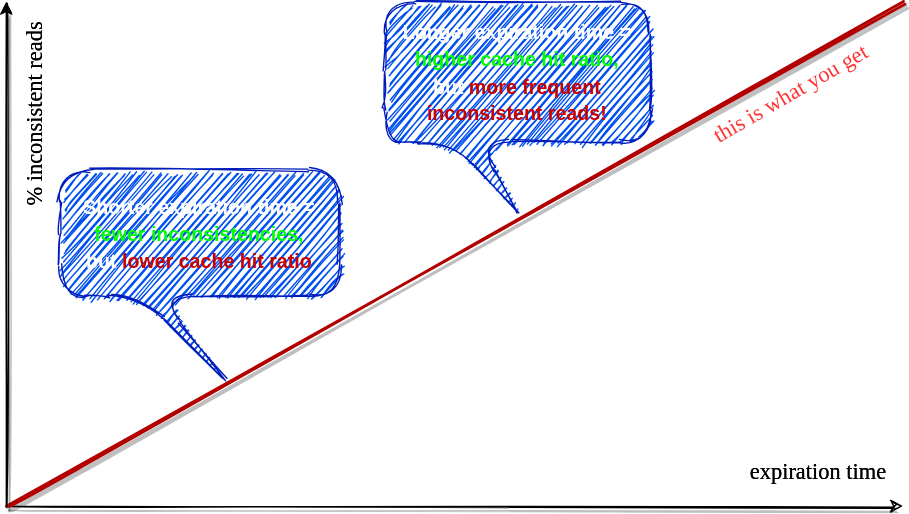
Above: Slides/Fusion_v2/diagrams/consistency/1.dio.svg in alexyakunin/Stl.Fusion.Materials (draw.io), before the change. Source tidied: cells renumbered, new cells last; positions are measured from the earlier drawing's top-left corner, leaving out a move shared by most shapes.
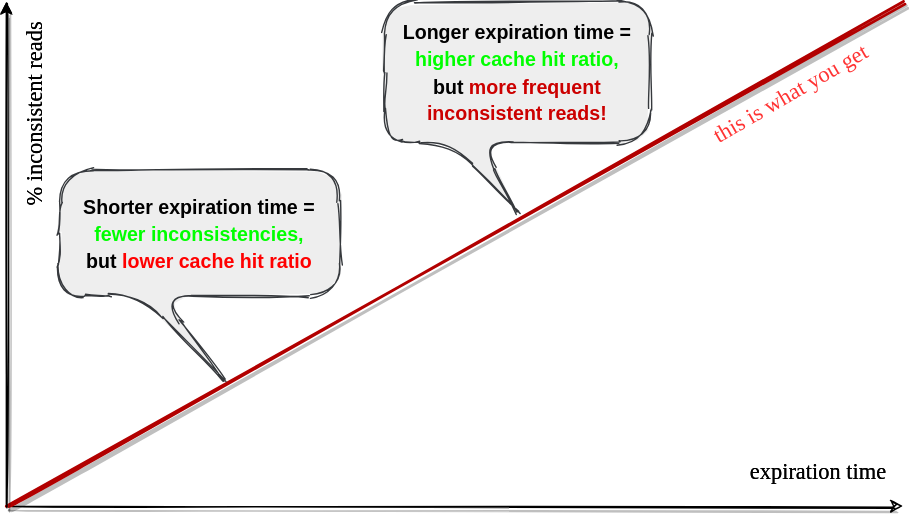
After the change.

Change to the diagram source:
```diff
@@ -41,10 +41,10 @@
     <mxCell id="10" value="&lt;font face=&quot;Comic Sans MS&quot; style=&quot;font-size: 16px&quot;&gt;expiration time&lt;/font&gt;" style="text;html=1;strokeColor=none;fillColor=none;align=center;verticalAlign=middle;whiteSpace=wrap;rounded=0;sketch=1;" parent="1" vertex="1">
       <mxGeometry x="580" y="320" width="120" height="30" as="geometry" />
     </mxCell>
-    <mxCell id="11" value="&lt;font style=&quot;font-size: 14px&quot;&gt;&lt;font color=&quot;#ffffff&quot;&gt;Shorter expiration time =&lt;/font&gt;&lt;br&gt;&lt;font color=&quot;#00ff00&quot;&gt;fewer inconsistencies,&lt;/font&gt;&lt;/font&gt;&lt;font color=&quot;#ffffff&quot; style=&quot;font-size: 14px&quot;&gt;&lt;br&gt;but &lt;/font&gt;&lt;font style=&quot;font-size: 14px&quot;&gt;&lt;font color=&quot;#cc0000&quot;&gt;lower cache hit ratio&lt;/font&gt;&lt;br&gt;&lt;/font&gt;" style="shape=callout;whiteSpace=wrap;html=1;perimeter=calloutPerimeter;rounded=1;sketch=1;fontSize=16;position2=0.59;base=15;size=60;position=0.29;arcSize=45;fillStyle=auto;labelBackgroundColor=none;labelBorderColor=none;fontStyle=1;fillColor=#0050ef;strokeColor=#001DBC;fontColor=#ffffff;" parent="1" vertex="1">
+    <mxCell id="11" value="&lt;font style=&quot;font-size: 14px&quot;&gt;&lt;font color=&quot;#000000&quot;&gt;Shorter expiration time =&lt;/font&gt;&lt;br&gt;&lt;font color=&quot;#00ff00&quot;&gt;fewer inconsistencies,&lt;/font&gt;&lt;/font&gt;&lt;font style=&quot;color: rgb(0 , 0 , 0) ; font-size: 14px&quot;&gt;&lt;br&gt;but &lt;/font&gt;&lt;font style=&quot;font-size: 14px&quot;&gt;&lt;font color=&quot;#ff0000&quot;&gt;lower cache hit ratio&lt;/font&gt;&lt;br&gt;&lt;/font&gt;" style="shape=callout;whiteSpace=wrap;html=1;perimeter=calloutPerimeter;rounded=1;sketch=1;fontSize=16;position2=0.59;base=15;size=60;position=0.29;arcSize=45;fillStyle=solid;labelBackgroundColor=none;labelBorderColor=none;fontStyle=1;fillColor=#eeeeee;strokeColor=#36393d;" parent="1" vertex="1">
       <mxGeometry x="98" y="120" width="200" height="150" as="geometry" />
     </mxCell>
-    <mxCell id="12" value="&lt;font style=&quot;font-size: 14px&quot;&gt;&lt;font color=&quot;#ffffff&quot;&gt;Longer expiration time =&lt;/font&gt;&lt;br&gt;&lt;font color=&quot;#00ff00&quot;&gt;higher cache hit ratio,&lt;/font&gt;&lt;br&gt;&lt;font color=&quot;#ffffff&quot;&gt;but &lt;/font&gt;&lt;font color=&quot;#cc0000&quot;&gt;more frequent &lt;br&gt;inconsistent reads!&lt;/font&gt;&lt;br&gt;&lt;/font&gt;" style="shape=callout;whiteSpace=wrap;html=1;perimeter=calloutPerimeter;rounded=1;sketch=1;fillColor=#0050ef;fontSize=16;fontColor=#ffffff;position2=0.5;base=20;size=50;position=0.25;arcSize=45;strokeColor=#001DBC;labelBackgroundColor=none;labelBorderColor=none;fillStyle=auto;fontStyle=1;" parent="1" vertex="1">
+    <mxCell id="12" value="&lt;font style=&quot;font-size: 14px&quot;&gt;&lt;font color=&quot;#000000&quot;&gt;Longer expiration time =&lt;/font&gt;&lt;br&gt;&lt;font color=&quot;#00ff00&quot;&gt;higher cache hit ratio,&lt;/font&gt;&lt;br&gt;&lt;font color=&quot;#000000&quot;&gt;but &lt;/font&gt;&lt;font color=&quot;#cc0000&quot;&gt;more frequent &lt;br&gt;inconsistent reads!&lt;/font&gt;&lt;br&gt;&lt;/font&gt;" style="shape=callout;whiteSpace=wrap;html=1;perimeter=calloutPerimeter;rounded=1;sketch=1;fillColor=#eeeeee;fontSize=16;fontColor=#f0f0f0;position2=0.5;base=20;size=50;position=0.25;arcSize=45;strokeColor=#36393d;labelBackgroundColor=none;labelBorderColor=none;fillStyle=solid;fontStyle=1;" parent="1" vertex="1">
       <mxGeometry x="330" width="190" height="150" as="geometry" />
     </mxCell>
   </root>
```
